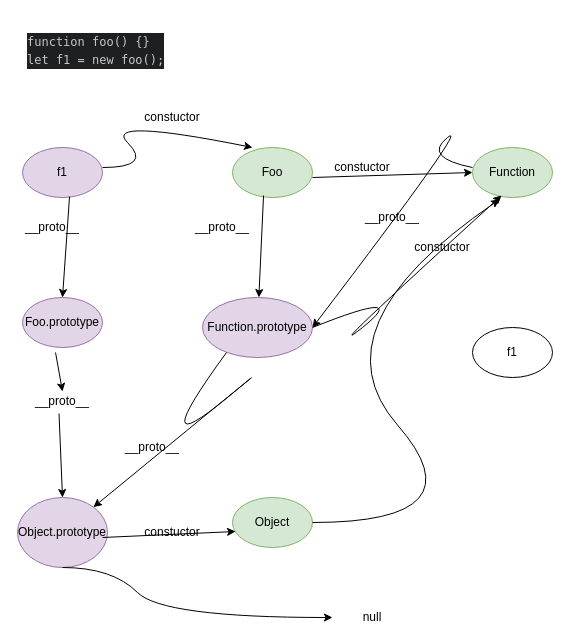
Earlier version of the draw.io diagram proto.drawio (ricarduuu/draw). Source tidied: cells renumbered, new cells numbered last; positions are measured from the earlier drawing's top-left corner, leaving out a move shared by most shapes. Both pictures are drawn from the tidied source at 100%, with x=0, y=0 at pixel (17, 27).
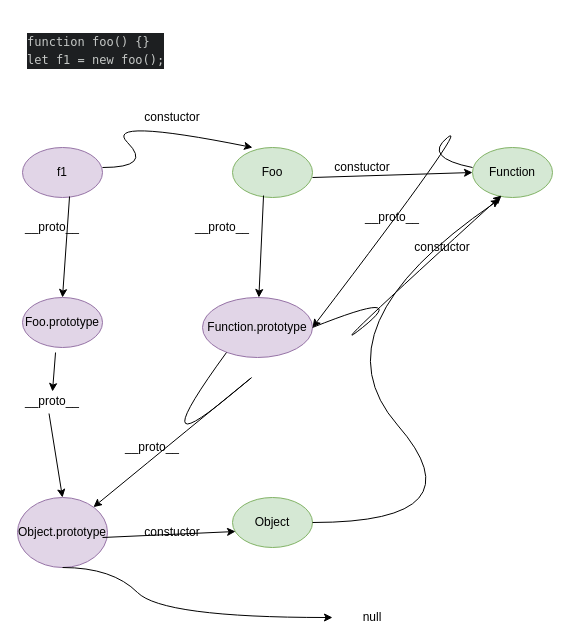
Above is the later version.

Change to the diagram source:
```diff
@@
-    <mxCell id="6" value="f1" style="ellipse;whiteSpace=wrap;html=1;" parent="1" vertex="1">
-      <mxGeometry x="455" y="300" width="80" height="50" as="geometry" />
-    </mxCell>
@@
     <mxCell id="17" value="__proto__" style="text;html=1;strokeColor=none;fillColor=none;align=center;verticalAlign=middle;whiteSpace=wrap;rounded=0;" parent="1" vertex="1">
-      <mxGeometry x="25" y="364" width="40" height="20" as="geometry" />
+      <mxGeometry x="15" y="364" width="40" height="20" as="geometry" />
     </mxCell>
```
